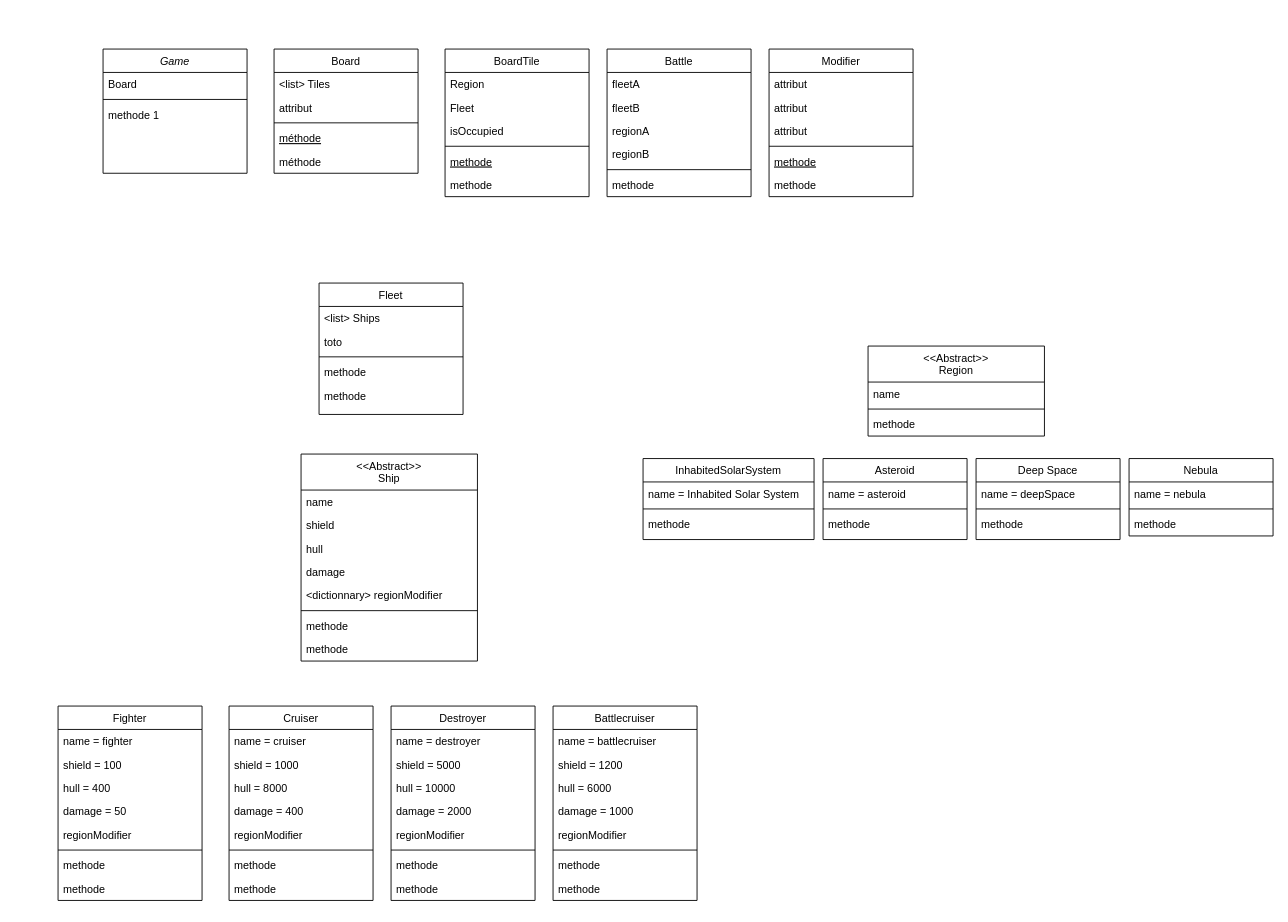
Before: Space-game.drawio in SolennPenarroya/Space-game-project, a draw.io diagram. Source tidied: cells renumbered, new cells numbered last; positions are measured from the earlier drawing's top-left corner, leaving out a move shared by most shapes. Both pictures are drawn from the tidied source at 90%, with x=0, y=0 at pixel (58, 49).
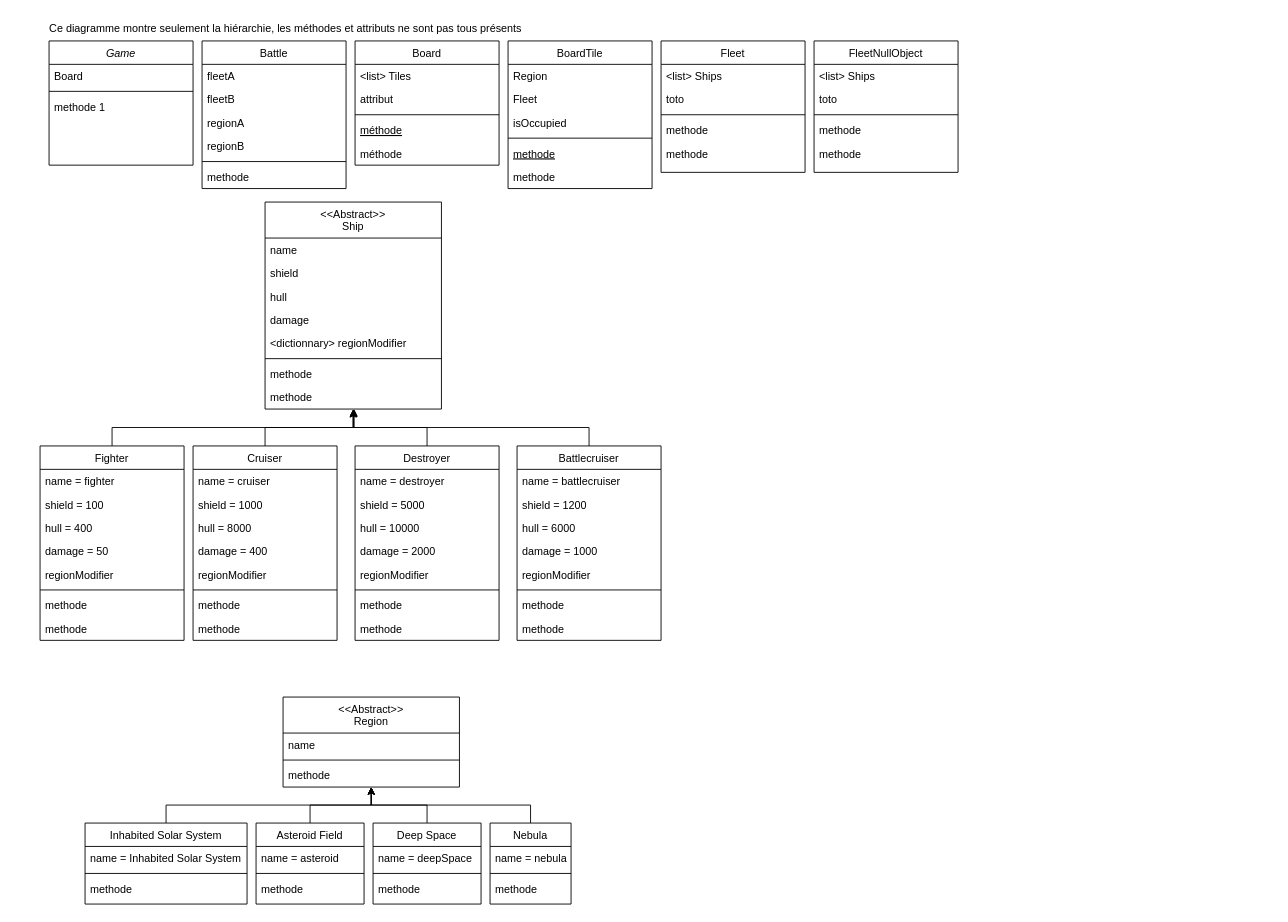
Above is the later version.

Commit message:
Mettre à jour Space-game.drawio

The change refers to these unchanged cells:
```xml
<mxCell id="33" value="methode" style="text;align=left;verticalAlign=top;spacingLeft=4;spacingRight=4;overflow=hidden;points=[[0,0.5],[1,0.5]];portConstraint=eastwest;" parent="25" vertex="1">
  <mxGeometry y="204" width="196" height="26" as="geometry" />
</mxCell>
```

Diff of the diagram source:
```diff
@@
     <mxCell id="2" value="Game" style="swimlane;fontStyle=2;align=center;verticalAlign=top;horizontal=1;startSize=26;rounded=0;shadow=0;strokeWidth=1;" parent="1" vertex="1">
-      <mxGeometry x="50" width="160" height="138" as="geometry" />
+      <mxGeometry x="-10" y="-9" width="160" height="138" as="geometry" />
     </mxCell>
@@
     <mxCell id="6" value="BoardTile" style="swimlane;fontStyle=0;align=center;verticalAlign=top;horizontal=1;startSize=26;rounded=0;shadow=0;strokeWidth=1;" parent="1" vertex="1">
-      <mxGeometry x="430" width="160" height="164" as="geometry" />
+      <mxGeometry x="500" y="-9" width="160" height="164" as="geometry" />
     </mxCell>
@@
     <mxCell id="13" value="Fleet" style="swimlane;fontStyle=0;align=center;verticalAlign=top;horizontal=1;startSize=26;rounded=0;shadow=0;strokeWidth=1;" parent="1" vertex="1">
-      <mxGeometry x="290" y="260" width="160" height="146" as="geometry" />
+      <mxGeometry x="670" y="-9" width="160" height="146" as="geometry" />
     </mxCell>
@@
     <mxCell id="19" value="Board" style="swimlane;fontStyle=0;align=center;verticalAlign=top;horizontal=1;startSize=26;rounded=0;shadow=0;strokeWidth=1;" parent="1" vertex="1">
-      <mxGeometry x="240" width="160" height="138" as="geometry" />
+      <mxGeometry x="330" y="-9" width="160" height="138" as="geometry" />
     </mxCell>
@@
     <mxCell id="25" value="&lt;&lt;Abstract&gt;&gt;&#10;Ship" style="swimlane;fontStyle=0;align=center;verticalAlign=top;horizontal=1;startSize=40;rounded=0;shadow=0;strokeWidth=1;" parent="1" vertex="1">
-      <mxGeometry x="270" y="450" width="196" height="230" as="geometry" />
+      <mxGeometry x="230" y="170" width="196" height="230" as="geometry" />
     </mxCell>
@@
     <mxCell id="34" value="Fighter" style="swimlane;fontStyle=0;align=center;verticalAlign=top;horizontal=1;startSize=26;rounded=0;shadow=0;strokeWidth=1;" parent="1" vertex="1">
-      <mxGeometry y="730" width="160" height="216" as="geometry" />
+      <mxGeometry x="-20" y="441" width="160" height="216" as="geometry" />
     </mxCell>
@@
+    <mxCell id="104" style="edgeStyle=orthogonalEdgeStyle;rounded=0;jettySize=auto;html=1;entryX=0.5;entryY=1;entryDx=0;entryDy=0;" parent="1" edge="1" source="43" target="25">
+      <mxGeometry relative="1" as="geometry" />
+    </mxCell>
     <mxCell id="43" value="Cruiser" style="swimlane;fontStyle=0;align=center;verticalAlign=top;horizontal=1;startSize=26;rounded=0;shadow=0;strokeWidth=1;" parent="1" vertex="1">
-      <mxGeometry x="190" y="730" width="160" height="216" as="geometry" />
+      <mxGeometry x="150" y="441" width="160" height="216" as="geometry" />
     </mxCell>
@@
+    <mxCell id="105" style="edgeStyle=orthogonalEdgeStyle;rounded=0;jettySize=auto;html=1;entryX=0.5;entryY=1;entryDx=0;entryDy=0;" parent="1" edge="1" source="52" target="25">
+      <mxGeometry relative="1" as="geometry" />
+    </mxCell>
     <mxCell id="52" value="Destroyer" style="swimlane;fontStyle=0;align=center;verticalAlign=top;horizontal=1;startSize=26;rounded=0;shadow=0;strokeWidth=1;" parent="1" vertex="1">
-      <mxGeometry x="370" y="730" width="160" height="216" as="geometry" />
+      <mxGeometry x="330" y="441" width="160" height="216" as="geometry" />
     </mxCell>
@@
     <mxCell id="61" value="Battlecruiser" style="swimlane;fontStyle=0;align=center;verticalAlign=top;horizontal=1;startSize=26;rounded=0;shadow=0;strokeWidth=1;" parent="1" vertex="1">
-      <mxGeometry x="550" y="730" width="160" height="216" as="geometry" />
+      <mxGeometry x="510" y="441" width="160" height="216" as="geometry" />
     </mxCell>
@@
     <mxCell id="70" value="&lt;&lt;Abstract&gt;&gt;&#10;Region" style="swimlane;fontStyle=0;align=center;verticalAlign=top;horizontal=1;startSize=40;rounded=0;shadow=0;strokeWidth=1;" parent="1" vertex="1">
-      <mxGeometry x="900" y="330" width="196" height="100" as="geometry" />
+      <mxGeometry x="250" y="720" width="196" height="100" as="geometry" />
     </mxCell>
@@
+    <mxCell id="106" style="edgeStyle=orthogonalEdgeStyle;rounded=0;jettySize=auto;html=1;entryX=0.5;entryY=1;entryDx=0;entryDy=0;" parent="1" edge="1" source="74" target="70">
+      <mxGeometry relative="1" as="geometry">
+        <Array as="points">
+          <mxPoint x="525" y="840" />
+          <mxPoint x="348" y="840" />
+        </Array>
+      </mxGeometry>
+    </mxCell>
     <mxCell id="74" value="Nebula" style="swimlane;fontStyle=0;align=center;verticalAlign=top;horizontal=1;startSize=26;rounded=0;shadow=0;strokeWidth=1;" parent="1" vertex="1">
-      <mxGeometry x="1190" y="455" width="160" height="86" as="geometry" />
+      <mxGeometry x="480" y="860" width="90" height="90" as="geometry" />
     </mxCell>
     <mxCell id="75" value="name = nebula" style="text;align=left;verticalAlign=top;spacingLeft=4;spacingRight=4;overflow=hidden;" parent="74" vertex="1">
-      <mxGeometry y="26" width="160" height="26" as="geometry" />
+      <mxGeometry y="26" width="90" height="26" as="geometry" />
     </mxCell>
     <mxCell id="76" style="line;html=1;strokeWidth=1;align=left;verticalAlign=middle;spacingTop=-1;spacingLeft=3;spacingRight=3;labelPosition=right;" parent="74" vertex="1">
-      <mxGeometry y="52" width="160" height="8" as="geometry" />
+      <mxGeometry y="52" width="90" height="8" as="geometry" />
     </mxCell>
     <mxCell id="77" value="methode" style="text;align=left;verticalAlign=top;spacingLeft=4;spacingRight=4;overflow=hidden;" parent="74" vertex="1">
-      <mxGeometry y="60" width="160" height="26" as="geometry" />
+      <mxGeometry y="60" width="90" height="30" as="geometry" />
     </mxCell>
+    <mxCell id="107" style="edgeStyle=orthogonalEdgeStyle;rounded=0;jettySize=auto;html=1;entryX=0.5;entryY=1;entryDx=0;entryDy=0;" parent="1" edge="1" source="78" target="70">
+      <mxGeometry relative="1" as="geometry">
+        <Array as="points">
+          <mxPoint x="280" y="840" />
+          <mxPoint x="348" y="840" />
+        </Array>
+      </mxGeometry>
+    </mxCell>
-    <mxCell id="78" value="Asteroid" style="swimlane;fontStyle=0;align=center;verticalAlign=top;horizontal=1;startSize=26;rounded=0;shadow=0;strokeWidth=1;" parent="1" vertex="1">
-      <mxGeometry x="850" y="455" width="160" height="90" as="geometry" />
+    <mxCell id="78" value="Asteroid Field" style="swimlane;fontStyle=0;align=center;verticalAlign=top;horizontal=1;startSize=26;rounded=0;shadow=0;strokeWidth=1;" parent="1" vertex="1">
+      <mxGeometry x="220" y="860" width="120" height="90" as="geometry" />
     </mxCell>
     <mxCell id="79" value="name = asteroid" style="text;align=left;verticalAlign=top;spacingLeft=4;spacingRight=4;overflow=hidden;" parent="78" vertex="1">
-      <mxGeometry y="26" width="160" height="26" as="geometry" />
+      <mxGeometry y="26" width="120" height="26" as="geometry" />
     </mxCell>
     <mxCell id="80" style="line;html=1;strokeWidth=1;align=left;verticalAlign=middle;spacingTop=-1;spacingLeft=3;spacingRight=3;labelPosition=right;" parent="78" vertex="1">
-      <mxGeometry y="52" width="160" height="8" as="geometry" />
+      <mxGeometry y="52" width="120" height="8" as="geometry" />
     </mxCell>
     <mxCell id="81" value="methode" style="text;align=left;verticalAlign=top;spacingLeft=4;spacingRight=4;overflow=hidden;" parent="78" vertex="1">
-      <mxGeometry y="60" width="160" height="26" as="geometry" />
+      <mxGeometry y="60" width="120" height="26" as="geometry" />
     </mxCell>
+    <mxCell id="108" style="edgeStyle=orthogonalEdgeStyle;rounded=0;jettySize=auto;html=1;entryX=0.5;entryY=1;entryDx=0;entryDy=0;" parent="1" edge="1" source="82" target="70">
+      <mxGeometry relative="1" as="geometry">
+        <Array as="points">
+          <mxPoint x="410" y="840" />
+          <mxPoint x="348" y="840" />
+        </Array>
+      </mxGeometry>
+    </mxCell>
     <mxCell id="82" value="Deep Space" style="swimlane;fontStyle=0;align=center;verticalAlign=top;horizontal=1;startSize=26;rounded=0;shadow=0;strokeWidth=1;" parent="1" vertex="1">
-      <mxGeometry x="1020" y="455" width="160" height="90" as="geometry" />
+      <mxGeometry x="350" y="860" width="120" height="90" as="geometry" />
     </mxCell>
     <mxCell id="83" value="name = deepSpace" style="text;align=left;verticalAlign=top;spacingLeft=4;spacingRight=4;overflow=hidden;" parent="82" vertex="1">
-      <mxGeometry y="26" width="160" height="26" as="geometry" />
+      <mxGeometry y="26" width="120" height="26" as="geometry" />
     </mxCell>
     <mxCell id="84" style="line;html=1;strokeWidth=1;align=left;verticalAlign=middle;spacingTop=-1;spacingLeft=3;spacingRight=3;labelPosition=right;" parent="82" vertex="1">
-      <mxGeometry y="52" width="160" height="8" as="geometry" />
+      <mxGeometry y="52" width="120" height="8" as="geometry" />
     </mxCell>
     <mxCell id="85" value="methode" style="text;align=left;verticalAlign=top;spacingLeft=4;spacingRight=4;overflow=hidden;" parent="82" vertex="1">
-      <mxGeometry y="60" width="160" height="26" as="geometry" />
+      <mxGeometry y="60" width="120" height="26" as="geometry" />
     </mxCell>
+    <mxCell id="109" style="edgeStyle=orthogonalEdgeStyle;rounded=0;jettySize=auto;html=1;entryX=0.5;entryY=1;entryDx=0;entryDy=0;" parent="1" edge="1" source="86" target="70">
+      <mxGeometry relative="1" as="geometry">
+        <Array as="points">
+          <mxPoint x="120" y="840" />
+          <mxPoint x="348" y="840" />
+        </Array>
+      </mxGeometry>
+    </mxCell>
-    <mxCell id="86" value="InhabitedSolarSystem" style="swimlane;fontStyle=0;align=center;verticalAlign=top;horizontal=1;startSize=26;rounded=0;shadow=0;strokeWidth=1;" parent="1" vertex="1">
-      <mxGeometry x="650" y="455" width="190" height="90" as="geometry" />
+    <mxCell id="86" value="Inhabited Solar System" style="swimlane;fontStyle=0;align=center;verticalAlign=top;horizontal=1;startSize=26;rounded=0;shadow=0;strokeWidth=1;" parent="1" vertex="1">
+      <mxGeometry x="30" y="860" width="180" height="90" as="geometry" />
     </mxCell>
     <mxCell id="87" value="name = Inhabited Solar System" style="text;align=left;verticalAlign=top;spacingLeft=4;spacingRight=4;overflow=hidden;" parent="86" vertex="1">
-      <mxGeometry y="26" width="190" height="26" as="geometry" />
+      <mxGeometry y="26" width="180" height="26" as="geometry" />
     </mxCell>
     <mxCell id="88" style="line;html=1;strokeWidth=1;align=left;verticalAlign=middle;spacingTop=-1;spacingLeft=3;spacingRight=3;labelPosition=right;" parent="86" vertex="1">
-      <mxGeometry y="52" width="190" height="8" as="geometry" />
+      <mxGeometry y="52" width="180" height="8" as="geometry" />
     </mxCell>
     <mxCell id="89" value="methode" style="text;align=left;verticalAlign=top;spacingLeft=4;spacingRight=4;overflow=hidden;" parent="86" vertex="1">
-      <mxGeometry y="60" width="190" height="26" as="geometry" />
+      <mxGeometry y="60" width="180" height="26" as="geometry" />
     </mxCell>
     <mxCell id="90" value="Battle" style="swimlane;fontStyle=0;align=center;verticalAlign=top;horizontal=1;startSize=26;rounded=0;shadow=0;strokeWidth=1;" parent="1" vertex="1">
-      <mxGeometry x="610" width="160" height="164" as="geometry" />
+      <mxGeometry x="160" y="-9" width="160" height="164" as="geometry" />
     </mxCell>
@@
-    <mxCell id="97" value="Modifier" style="swimlane;fontStyle=0;align=center;verticalAlign=top;horizontal=1;startSize=26;rounded=0;shadow=0;strokeWidth=1;" parent="1" vertex="1">
-      <mxGeometry x="790" width="160" height="164" as="geometry" />
-    </mxCell>
-    <mxCell id="98" value="attribut" style="text;align=left;verticalAlign=top;spacingLeft=4;spacingRight=4;overflow=hidden;" parent="97" vertex="1">
-      <mxGeometry y="26" width="160" height="26" as="geometry" />
-    </mxCell>
-    <mxCell id="99" value="attribut" style="text;align=left;verticalAlign=top;spacingLeft=4;spacingRight=4;overflow=hidden;rounded=0;shadow=0;html=0;" parent="97" vertex="1">
-      <mxGeometry y="52" width="160" height="26" as="geometry" />
-    </mxCell>
-    <mxCell id="100" value="attribut" style="text;align=left;verticalAlign=top;spacingLeft=4;spacingRight=4;overflow=hidden;rounded=0;shadow=0;html=0;" parent="97" vertex="1">
-      <mxGeometry y="78" width="160" height="26" as="geometry" />
-    </mxCell>
-    <mxCell id="101" style="line;html=1;strokeWidth=1;align=left;verticalAlign=middle;spacingTop=-1;spacingLeft=3;spacingRight=3;labelPosition=right;" parent="97" vertex="1">
-      <mxGeometry y="104" width="160" height="8" as="geometry" />
-    </mxCell>
-    <mxCell id="102" value="methode" style="text;align=left;verticalAlign=top;spacingLeft=4;spacingRight=4;overflow=hidden;fontStyle=4;" parent="97" vertex="1">
-      <mxGeometry y="112" width="160" height="26" as="geometry" />
-    </mxCell>
-    <mxCell id="103" value="methode" style="text;align=left;verticalAlign=top;spacingLeft=4;spacingRight=4;overflow=hidden;" parent="97" vertex="1">
-      <mxGeometry y="138" width="160" height="26" as="geometry" />
-    </mxCell>
+    <mxCell id="110" value="FleetNullObject" style="swimlane;fontStyle=0;align=center;verticalAlign=top;horizontal=1;startSize=26;rounded=0;shadow=0;strokeWidth=1;" parent="1" vertex="1">
+      <mxGeometry x="840" y="-9" width="160" height="146" as="geometry" />
+    </mxCell>
+    <mxCell id="111" value="&lt;list&gt; Ships" style="text;align=left;verticalAlign=top;spacingLeft=4;spacingRight=4;overflow=hidden;" parent="110" vertex="1">
+      <mxGeometry y="26" width="160" height="26" as="geometry" />
+    </mxCell>
+    <mxCell id="112" value="toto" style="text;align=left;verticalAlign=top;spacingLeft=4;spacingRight=4;overflow=hidden;rounded=0;shadow=0;html=0;" parent="110" vertex="1">
+      <mxGeometry y="52" width="160" height="26" as="geometry" />
+    </mxCell>
+    <mxCell id="113" style="line;html=1;strokeWidth=1;align=left;verticalAlign=middle;spacingTop=-1;spacingLeft=3;spacingRight=3;labelPosition=right;" parent="110" vertex="1">
+      <mxGeometry y="78" width="160" height="8" as="geometry" />
+    </mxCell>
+    <mxCell id="114" value="methode" style="text;align=left;verticalAlign=top;spacingLeft=4;spacingRight=4;overflow=hidden;" parent="110" vertex="1">
+      <mxGeometry y="86" width="160" height="26" as="geometry" />
+    </mxCell>
+    <mxCell id="115" value="methode" style="text;align=left;verticalAlign=top;spacingLeft=4;spacingRight=4;overflow=hidden;" parent="110" vertex="1">
+      <mxGeometry y="112" width="160" height="26" as="geometry" />
+    </mxCell>
+    <mxCell id="116" style="edgeStyle=orthogonalEdgeStyle;rounded=0;jettySize=auto;html=1;entryX=0.505;entryY=1;entryDx=0;entryDy=0;entryPerimeter=0;" parent="1" edge="1" source="34" target="33">
+      <mxGeometry relative="1" as="geometry" />
+    </mxCell>
+    <mxCell id="117" style="edgeStyle=orthogonalEdgeStyle;rounded=0;jettySize=auto;html=1;entryX=0.5;entryY=1.038;entryDx=0;entryDy=0;entryPerimeter=0;" parent="1" edge="1" source="61" target="33">
+      <mxGeometry relative="1" as="geometry" />
+    </mxCell>
+    <mxCell id="118" value="Ce diagramme montre seulement la hiérarchie, les méthodes et attributs ne sont pas tous présents" style="text;strokeColor=none;align=center;fillColor=none;html=1;verticalAlign=middle;whiteSpace=wrap;rounded=0;" parent="1" vertex="1">
+      <mxGeometry x="-47" y="-37" width="600" height="30" as="geometry" />
+    </mxCell>
```
